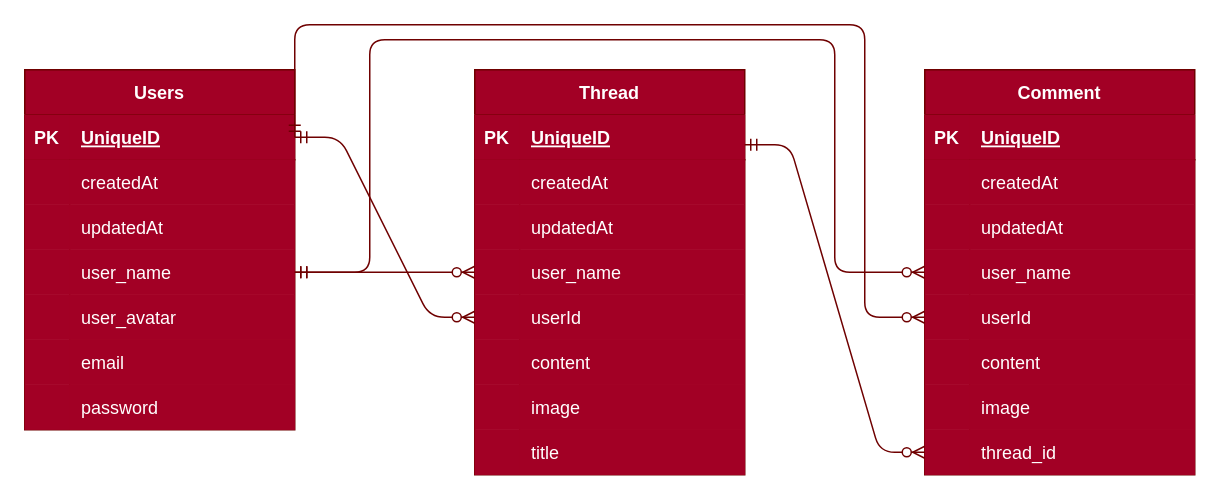
Before: tables.drawio in kubeshauseli17/project2-Hockey-forum, a draw.io diagram. Source tidied: cells renumbered, new cells numbered last; positions are measured from the earlier drawing's top-left corner, leaving out a move shared by most shapes. Both pictures are drawn from the tidied source at 150%, with x=0, y=0 at pixel (24, 24).
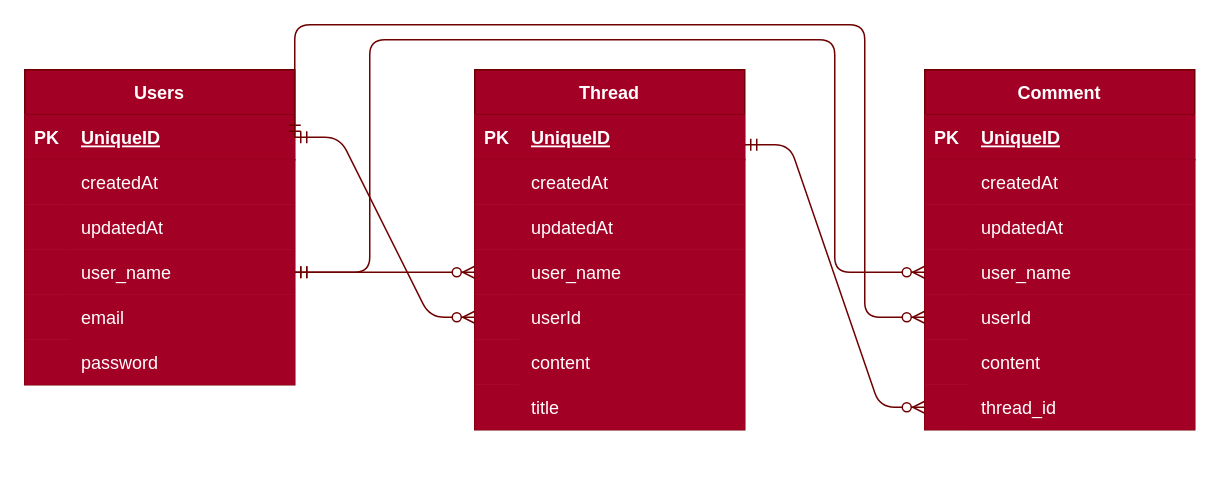
The same page after the edit.

Unchanged cells that the change refers to:
```xml
<mxCell id="46" style="shape=partialRectangle;fillColor=#a20025;top=0;left=0;bottom=0;right=0;points=[[0,0.5],[1,0.5]];portConstraint=eastwest;fontColor=#ffffff;strokeColor=#6F0000;" parent="27" vertex="1">
  <mxGeometry y="210" width="180" height="30" as="geometry" />
</mxCell>
```

Change to the diagram source:
```diff
@@
     <mxCell id="2" value="Users" style="shape=table;startSize=30;childLayout=tableLayout;rowLines=0;fontStyle=1;align=center;fillColor=#a20025;fontColor=#ffffff;strokeColor=#6F0000;" parent="1" vertex="1">
-      <mxGeometry y="30" width="180" height="240" as="geometry" />
+      <mxGeometry y="30" width="180" height="210" as="geometry" />
     </mxCell>
@@
-    <mxCell id="21" style="shape=partialRectangle;fillColor=#a20025;top=0;left=0;bottom=0;right=0;fontColor=#ffffff;strokeColor=#6F0000;" parent="2" vertex="1">
-      <mxGeometry y="210" width="180" height="30" as="geometry" />
-    </mxCell>
-    <mxCell id="22" style="shape=partialRectangle;fillColor=#a20025;top=0;left=0;bottom=0;right=0;overflow=hidden;fontColor=#ffffff;strokeColor=#6F0000;" parent="21" vertex="1">
-      <mxGeometry width="30" height="30" as="geometry" />
-    </mxCell>
-    <mxCell id="23" style="shape=partialRectangle;fillColor=#a20025;top=0;left=0;bottom=0;right=0;align=left;spacingLeft=6;overflow=hidden;fontColor=#ffffff;strokeColor=#6F0000;" parent="21" vertex="1">
-      <mxGeometry x="30" width="150" height="30" as="geometry" />
-    </mxCell>
     <mxCell id="24" value="email" style="shape=partialRectangle;fillColor=#a20025;top=0;left=0;bottom=0;right=0;align=left;spacingLeft=6;overflow=hidden;fontColor=#ffffff;strokeColor=#6F0000;" parent="1" vertex="1">
-      <mxGeometry x="30" y="210" width="150" height="30" as="geometry" />
+      <mxGeometry x="30" y="180" width="150" height="30" as="geometry" />
     </mxCell>
-    <mxCell id="25" value="user_avatar" style="shape=partialRectangle;fillColor=#a20025;top=0;left=0;bottom=0;right=0;align=left;spacingLeft=6;overflow=hidden;fontColor=#ffffff;strokeColor=#6F0000;" parent="1" vertex="1">
-      <mxGeometry x="30" y="180" width="150" height="30" as="geometry" />
-    </mxCell>
     <mxCell id="26" value="password" style="shape=partialRectangle;fillColor=#a20025;top=0;left=0;bottom=0;right=0;align=left;spacingLeft=6;overflow=hidden;fontColor=#ffffff;strokeColor=#6F0000;" parent="1" vertex="1">
-      <mxGeometry x="30" y="240" width="150" height="30" as="geometry" />
+      <mxGeometry x="30" y="210" width="150" height="30" as="geometry" />
     </mxCell>
     <mxCell id="27" value="Comment" style="shape=table;startSize=30;childLayout=tableLayout;rowLines=0;fontStyle=1;align=center;fillColor=#a20025;fontColor=#ffffff;strokeColor=#6F0000;" parent="1" vertex="1">
-      <mxGeometry x="600" y="30" width="180" height="270" as="geometry" />
+      <mxGeometry x="600" y="30" width="180" height="240" as="geometry" />
     </mxCell>
@@
-    <mxCell id="49" style="shape=partialRectangle;fillColor=#a20025;top=0;left=0;bottom=0;right=0;points=[[0,0.5],[1,0.5]];portConstraint=eastwest;fontColor=#ffffff;strokeColor=#6F0000;" parent="27" vertex="1">
-      <mxGeometry y="240" width="180" height="30" as="geometry" />
-    </mxCell>
-    <mxCell id="50" style="shape=partialRectangle;fillColor=#a20025;top=0;left=0;bottom=0;right=0;overflow=hidden;fontColor=#ffffff;strokeColor=#6F0000;" parent="49" vertex="1">
-      <mxGeometry width="30" height="30" as="geometry" />
-    </mxCell>
-    <mxCell id="51" style="shape=partialRectangle;fillColor=#a20025;top=0;left=0;bottom=0;right=0;align=left;spacingLeft=6;overflow=hidden;fontColor=#ffffff;strokeColor=#6F0000;" parent="49" vertex="1">
-      <mxGeometry x="30" width="150" height="30" as="geometry" />
-    </mxCell>
@@
-    <mxCell id="54" value="image" style="shape=partialRectangle;fillColor=#a20025;top=0;left=0;bottom=0;right=0;align=left;spacingLeft=6;overflow=hidden;fontColor=#ffffff;strokeColor=#6F0000;" parent="1" vertex="1">
-      <mxGeometry x="630" y="240" width="150" height="30" as="geometry" />
-    </mxCell>
     <mxCell id="55" value="thread_id" style="shape=partialRectangle;fillColor=#a20025;top=0;left=0;bottom=0;right=0;align=left;spacingLeft=6;overflow=hidden;fontColor=#ffffff;strokeColor=#6F0000;" parent="1" vertex="1">
-      <mxGeometry x="630" y="270" width="150" height="30" as="geometry" />
+      <mxGeometry x="630" y="240" width="150" height="30" as="geometry" />
     </mxCell>
     <mxCell id="56" value="Thread" style="shape=table;startSize=30;childLayout=tableLayout;rowLines=0;fontStyle=1;align=center;fillColor=#a20025;fontColor=#ffffff;strokeColor=#6F0000;" parent="1" vertex="1">
-      <mxGeometry x="300" y="30" width="180" height="270" as="geometry" />
+      <mxGeometry x="300" y="30" width="180" height="240" as="geometry" />
     </mxCell>
@@
-    <mxCell id="78" style="shape=partialRectangle;fillColor=#a20025;top=0;left=0;bottom=0;right=0;fontColor=#ffffff;strokeColor=#6F0000;" parent="56" vertex="1">
-      <mxGeometry y="240" width="180" height="30" as="geometry" />
-    </mxCell>
-    <mxCell id="79" style="shape=partialRectangle;fillColor=#a20025;top=0;left=0;bottom=0;right=0;overflow=hidden;fontColor=#ffffff;strokeColor=#6F0000;" parent="78" vertex="1">
-      <mxGeometry width="30" height="30" as="geometry" />
-    </mxCell>
-    <mxCell id="80" style="shape=partialRectangle;fillColor=#a20025;top=0;left=0;bottom=0;right=0;align=left;spacingLeft=6;overflow=hidden;fontColor=#ffffff;strokeColor=#6F0000;" parent="78" vertex="1">
-      <mxGeometry x="30" width="150" height="30" as="geometry" />
-    </mxCell>
@@
-    <mxCell id="83" value="image" style="shape=partialRectangle;fillColor=#a20025;top=0;left=0;bottom=0;right=0;align=left;spacingLeft=6;overflow=hidden;fontColor=#ffffff;strokeColor=#6F0000;" parent="1" vertex="1">
-      <mxGeometry x="330" y="240" width="150" height="30" as="geometry" />
-    </mxCell>
     <mxCell id="84" value="title" style="shape=partialRectangle;fillColor=#a20025;top=0;left=0;bottom=0;right=0;align=left;spacingLeft=6;overflow=hidden;fontColor=#ffffff;strokeColor=#6F0000;" parent="1" vertex="1">
-      <mxGeometry x="330" y="270" width="150" height="30" as="geometry" />
+      <mxGeometry x="330" y="240" width="150" height="30" as="geometry" />
     </mxCell>
@@
-    <mxCell id="87" style="edgeStyle=entityRelationEdgeStyle;fontSize=12;html=1;endArrow=ERzeroToMany;startArrow=ERmandOne;entryX=0;entryY=0.5;entryDx=0;entryDy=0;fillColor=#a20025;strokeColor=#6F0000;" parent="1" edge="1" target="49">
+    <mxCell id="87" style="edgeStyle=entityRelationEdgeStyle;fontSize=12;html=1;endArrow=ERzeroToMany;startArrow=ERmandOne;entryX=0;entryY=0.5;entryDx=0;entryDy=0;fillColor=#a20025;strokeColor=#6F0000;" parent="1" edge="1" target="46">
       <mxGeometry relative="1" as="geometry">
         <mxPoint x="480" y="80" as="sourcePoint" />
       </mxGeometry>
     </mxCell>
```
